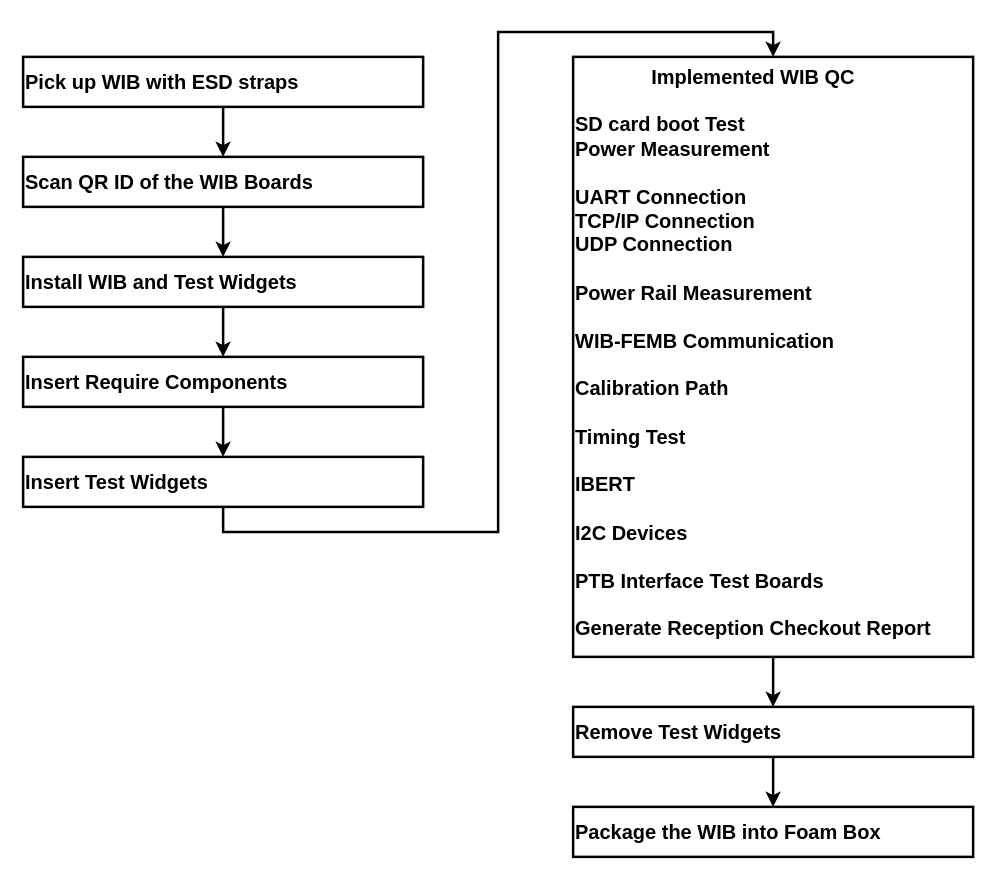
The draw.io diagram page "WIB QC" (4 of 5) of Checkout.drawio in lkebnl/Draw_IO, before the edit. Source tidied: cells renumbered, new cells numbered last; positions are measured from the earlier drawing's top-left corner, leaving out a move shared by most shapes. Both pictures are drawn from the tidied source at 125%, with x=0, y=0 at pixel (22, 56).
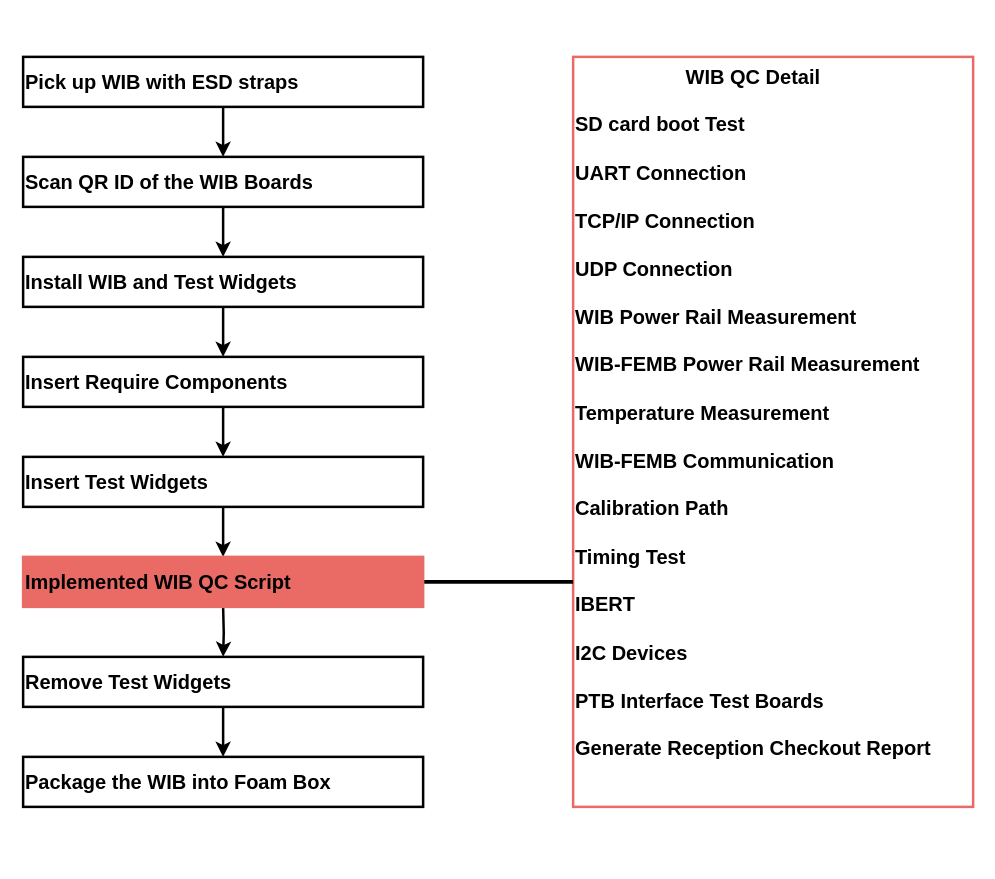
Above is the later version.

Unchanged cells that the change refers to:
```xml
<mxCell id="16" value="Insert Test Widgets" style="rounded=0;whiteSpace=wrap;html=1;fontSize=16;fontStyle=1;strokeWidth=2;align=left;" parent="1" vertex="1">
  <mxGeometry y="320" width="320" height="40" as="geometry" />
</mxCell>
```

Diff of the diagram source:
```diff
@@
-    <mxCell id="4" style="edgeStyle=orthogonalEdgeStyle;rounded=0;jettySize=auto;html=1;exitX=0.5;exitY=1;exitDx=0;exitDy=0;strokeWidth=2;align=left;" parent="1" edge="1" source="5" target="7">
-      <mxGeometry relative="1" as="geometry" />
+    <mxCell id="4" style="edgeStyle=orthogonalEdgeStyle;rounded=0;jettySize=auto;html=1;exitX=0.5;exitY=1;exitDx=0;exitDy=0;strokeWidth=2;align=left;" parent="1" edge="1" target="7">
+      <mxGeometry relative="1" as="geometry">
+        <mxPoint x="160" y="440" as="sourcePoint" />
+      </mxGeometry>
     </mxCell>
-    <mxCell id="5" value="&lt;div style=&quot;text-align: center;&quot;&gt;&lt;span style=&quot;background-color: initial;&quot;&gt;Implemented WIB QC&lt;/span&gt;&lt;/div&gt;&lt;div&gt;&lt;br&gt;&lt;/div&gt;&lt;div&gt;&lt;div&gt;SD card boot Test&lt;/div&gt;&lt;div&gt;&lt;span style=&quot;background-color: initial;&quot;&gt;Power Measurement&lt;/span&gt;&lt;/div&gt;&lt;div&gt;&lt;br&gt;&lt;/div&gt;&lt;div&gt;UART Connection&lt;/div&gt;&lt;div&gt;TCP/IP Connection&lt;/div&gt;&lt;div&gt;UDP Connection&lt;/div&gt;&lt;/div&gt;&lt;div&gt;&lt;br&gt;&lt;/div&gt;&lt;div&gt;Power Rail Measurement&lt;/div&gt;&lt;div&gt;&lt;br&gt;&lt;/div&gt;&lt;div&gt;WIB-FEMB Communication&lt;/div&gt;&lt;div&gt;&lt;br&gt;&lt;/div&gt;&lt;div&gt;Calibration Path&lt;/div&gt;&lt;div&gt;&lt;br&gt;&lt;/div&gt;&lt;div&gt;Timing Test&lt;/div&gt;&lt;div&gt;&lt;br&gt;&lt;/div&gt;&lt;div&gt;IBERT&lt;/div&gt;&lt;div&gt;&lt;br&gt;&lt;/div&gt;&lt;div&gt;I2C Devices&lt;/div&gt;&lt;div&gt;&lt;br&gt;&lt;/div&gt;&lt;div&gt;PTB Interface Test Boards&lt;/div&gt;&lt;div&gt;&lt;br&gt;&lt;/div&gt;&lt;div&gt;Generate Reception Checkout Report&lt;/div&gt;" style="rounded=0;whiteSpace=wrap;html=1;fontSize=16;fontStyle=1;strokeWidth=2;align=left;verticalAlign=top;" parent="1" vertex="1">
-      <mxGeometry x="440" width="320" height="480" as="geometry" />
+    <mxCell id="5" value="&lt;div style=&quot;text-align: center;&quot;&gt;WIB QC Detail&lt;/div&gt;&lt;div&gt;&lt;br&gt;&lt;/div&gt;&lt;div&gt;&lt;div&gt;SD card boot Test&lt;/div&gt;&lt;div&gt;&lt;br&gt;&lt;/div&gt;&lt;div&gt;&lt;span style=&quot;background-color: transparent; color: light-dark(rgb(0, 0, 0), rgb(255, 255, 255));&quot;&gt;UART Connection&lt;/span&gt;&lt;/div&gt;&lt;div&gt;&lt;br&gt;&lt;/div&gt;&lt;div&gt;TCP/IP Connection&lt;/div&gt;&lt;div&gt;&lt;br&gt;&lt;/div&gt;&lt;div&gt;UDP Connection&lt;/div&gt;&lt;/div&gt;&lt;div&gt;&lt;br&gt;&lt;/div&gt;&lt;div&gt;&lt;span style=&quot;background-color: transparent; color: light-dark(rgb(0, 0, 0), rgb(255, 255, 255));&quot;&gt;WIB Power Rail Measurement&lt;/span&gt;&lt;/div&gt;&lt;div&gt;&lt;span style=&quot;background-color: transparent; color: light-dark(rgb(0, 0, 0), rgb(255, 255, 255));&quot;&gt;&lt;br&gt;&lt;/span&gt;&lt;/div&gt;&lt;div&gt;WIB-FEMB Power Rail Measurement&lt;span style=&quot;background-color: transparent; color: light-dark(rgb(0, 0, 0), rgb(255, 255, 255));&quot;&gt;&lt;/span&gt;&lt;/div&gt;&lt;div&gt;&lt;br&gt;&lt;/div&gt;&lt;div&gt;Temperature Measurement&lt;/div&gt;&lt;div&gt;&lt;br&gt;&lt;/div&gt;&lt;div&gt;WIB-FEMB Communication&lt;/div&gt;&lt;div&gt;&lt;br&gt;&lt;/div&gt;&lt;div&gt;Calibration Path&lt;/div&gt;&lt;div&gt;&lt;br&gt;&lt;/div&gt;&lt;div&gt;Timing Test&lt;/div&gt;&lt;div&gt;&lt;br&gt;&lt;/div&gt;&lt;div&gt;IBERT&lt;/div&gt;&lt;div&gt;&lt;br&gt;&lt;/div&gt;&lt;div&gt;I2C Devices&lt;/div&gt;&lt;div&gt;&lt;br&gt;&lt;/div&gt;&lt;div&gt;PTB Interface Test Boards&lt;/div&gt;&lt;div&gt;&lt;br&gt;&lt;/div&gt;&lt;div&gt;Generate Reception Checkout Report&lt;/div&gt;" style="rounded=0;whiteSpace=wrap;html=1;fontSize=16;fontStyle=1;strokeWidth=2;align=left;verticalAlign=top;strokeColor=#EA6B66;" parent="1" vertex="1">
+      <mxGeometry x="440" width="320" height="600" as="geometry" />
     </mxCell>
@@
     <mxCell id="7" value="Remove Test Widgets" style="rounded=0;whiteSpace=wrap;html=1;fontSize=16;fontStyle=1;strokeWidth=2;align=left;" parent="1" vertex="1">
-      <mxGeometry x="440" y="520" width="320" height="40" as="geometry" />
+      <mxGeometry y="480" width="320" height="40" as="geometry" />
     </mxCell>
     <mxCell id="8" value="Package the WIB into Foam Box" style="rounded=0;whiteSpace=wrap;html=1;fontSize=16;fontStyle=1;strokeWidth=2;align=left;" parent="1" vertex="1">
-      <mxGeometry x="440" y="600" width="320" height="40" as="geometry" />
+      <mxGeometry y="560" width="320" height="40" as="geometry" />
     </mxCell>
@@
-    <mxCell id="15" style="edgeStyle=orthogonalEdgeStyle;rounded=0;jettySize=auto;html=1;exitX=0.5;exitY=1;exitDx=0;exitDy=0;entryX=0.5;entryY=0;entryDx=0;entryDy=0;strokeWidth=2;" parent="1" edge="1" source="16" target="5">
-      <mxGeometry relative="1" as="geometry" />
-    </mxCell>
+    <mxCell id="17" style="edgeStyle=orthogonalEdgeStyle;rounded=0;jettySize=auto;html=1;exitX=0.5;exitY=1;exitDx=0;exitDy=0;entryX=0.5;entryY=0;entryDx=0;entryDy=0;strokeWidth=2;" parent="1" edge="1" source="16" target="19">
+      <mxGeometry relative="1" as="geometry" />
+    </mxCell>
@@
+    <mxCell id="18" style="edgeStyle=orthogonalEdgeStyle;rounded=0;jettySize=auto;html=1;exitX=1;exitY=0.5;exitDx=0;exitDy=0;endArrow=none;startFill=0;strokeWidth=3;" parent="1" edge="1" source="19">
+      <mxGeometry relative="1" as="geometry">
+        <mxPoint x="440" y="420" as="targetPoint" />
+        <Array as="points">
+          <mxPoint x="440" y="420" />
+        </Array>
+      </mxGeometry>
+    </mxCell>
+    <mxCell id="19" value="&lt;span style=&quot;text-align: center;&quot;&gt;Implemented WIB QC Script&lt;/span&gt;" style="rounded=0;whiteSpace=wrap;html=1;fontSize=16;fontStyle=1;strokeWidth=2;align=left;fillColor=#EA6B66;strokeColor=#EA6B66;" parent="1" vertex="1">
+      <mxGeometry y="400" width="320" height="40" as="geometry" />
+    </mxCell>
```
